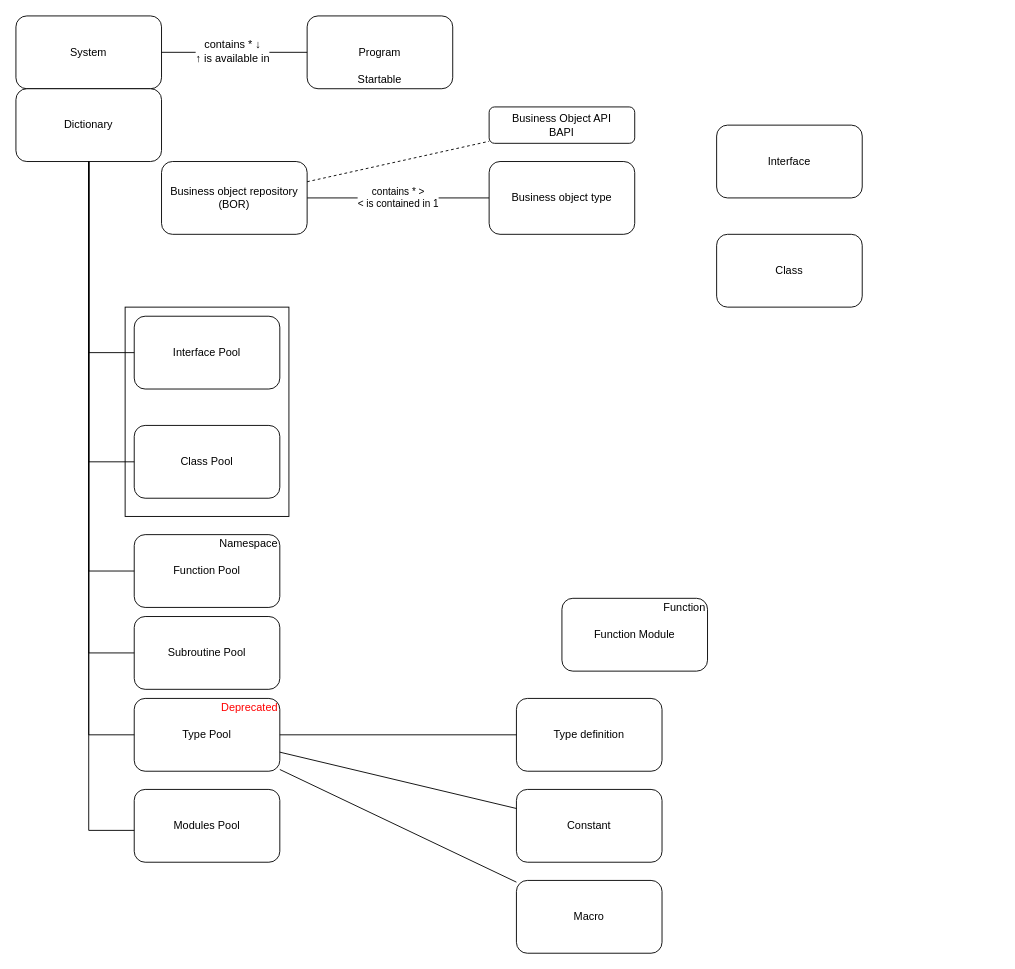
sp-christian/sap-information-model keeps this draw.io diagram as page "ABAP" (2 of 2) of SAP-Information-Model.drawio. Above is the earlier version. Source tidied: cells renumbered, new cells numbered last; positions are measured from the earlier drawing's top-left corner, leaving out a move shared by most shapes. Both pictures are drawn from the tidied source at 91%, with x=0, y=0 at pixel (15, 15).
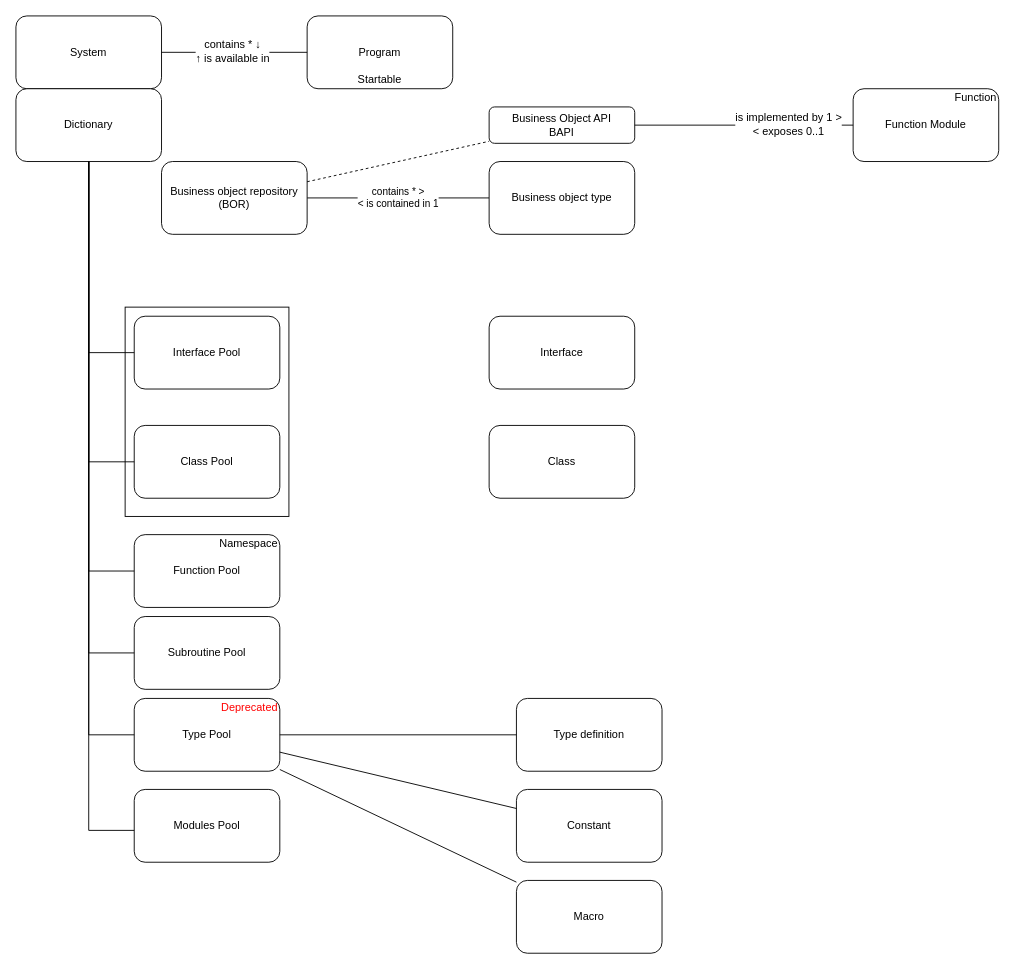
The same diagram, later.

Unchanged cells that the change refers to:
```xml
<mxCell id="36" value="Business Object API&lt;br&gt;BAPI" style="rounded=1;whiteSpace=wrap;html=1;" parent="1" vertex="1">
  <mxGeometry x="520" y="100" width="160" height="40" as="geometry" />
</mxCell>
```

What changed in the source:
```diff
@@
     <mxCell id="6" value="Class" style="rounded=1;whiteSpace=wrap;html=1;" parent="1" vertex="1">
-      <mxGeometry x="770" y="240" width="160" height="80" as="geometry" />
+      <mxGeometry x="520" y="450" width="160" height="80" as="geometry" />
     </mxCell>
     <mxCell id="7" value="Interface" style="rounded=1;whiteSpace=wrap;html=1;" parent="1" vertex="1">
-      <mxGeometry x="770" y="120" width="160" height="80" as="geometry" />
+      <mxGeometry x="520" y="330" width="160" height="80" as="geometry" />
     </mxCell>
@@
-    <mxCell id="17" value="Function Module" style="rounded=1;whiteSpace=wrap;html=1;" parent="1" vertex="1">
-      <mxGeometry x="600" y="640" width="160" height="80" as="geometry" />
-    </mxCell>
@@
-    <mxCell id="19" value="Function" style="text;html=1;strokeColor=none;fillColor=none;align=right;verticalAlign=middle;whiteSpace=wrap;rounded=0;" parent="1" vertex="1">
-      <mxGeometry x="600" y="640" width="160" height="20" as="geometry" />
-    </mxCell>
@@
+    <mxCell id="38" style="group;" parent="1" vertex="1">
+      <mxGeometry x="920" y="80" width="160" height="80" as="geometry" />
+    </mxCell>
+    <mxCell id="17" value="Function Module" style="rounded=1;whiteSpace=wrap;html=1;" parent="38" vertex="1">
+      <mxGeometry width="160" height="80" as="geometry" />
+    </mxCell>
+    <mxCell id="19" value="Function" style="text;html=1;strokeColor=none;fillColor=none;align=right;verticalAlign=middle;whiteSpace=wrap;rounded=0;" parent="38" vertex="1">
+      <mxGeometry width="160" height="20" as="geometry" />
+    </mxCell>
+    <mxCell id="39" style="edgeStyle=orthogonalEdgeStyle;rounded=0;jettySize=auto;html=1;exitX=0;exitY=0.5;exitDx=0;exitDy=0;endArrow=none;endFill=0;fontColor=#FF0000;entryX=1;entryY=0.5;entryDx=0;entryDy=0;" parent="1" edge="1" source="17" target="36">
+      <mxGeometry relative="1" as="geometry" />
+    </mxCell>
+    <mxCell id="40" value="&lt;div&gt;is implemented by 1 &amp;gt;&lt;/div&gt;&lt;div&gt;&amp;lt; exposes 0..1&lt;br&gt;&lt;/div&gt;" style="text;html=1;align=center;verticalAlign=middle;labelBackgroundColor=#ffffff;fontColor=#000000;" parent="39" vertex="1">
+      <mxGeometry x="-0.4" y="-2" relative="1" as="geometry" />
+    </mxCell>
```
